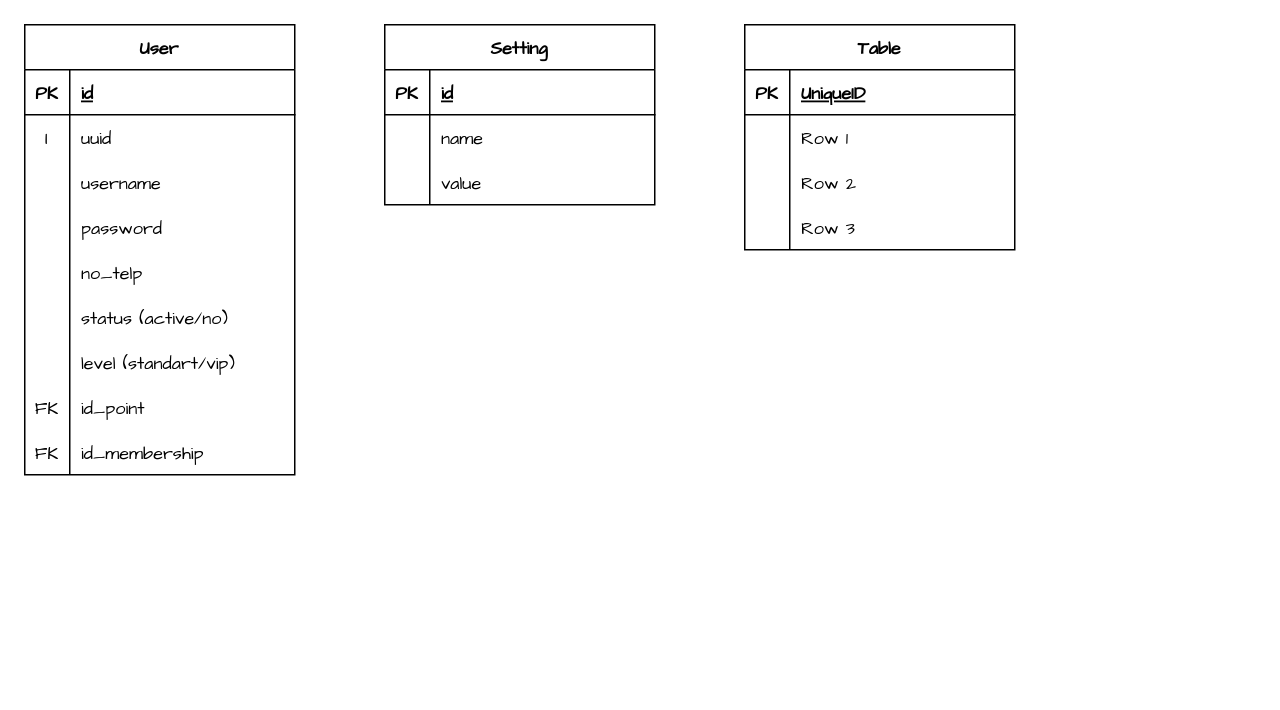
This is AniEvo - Nobar Web App.drawio from irzanaldi/e-aspiration, a draw.io file, before an edit. Source tidied: cells renumbered, new cells numbered last; positions are measured from the earlier drawing's top-left corner, leaving out a move shared by most shapes. Both pictures are drawn from the tidied source at 150%, with x=0, y=0 at pixel (24, 24).
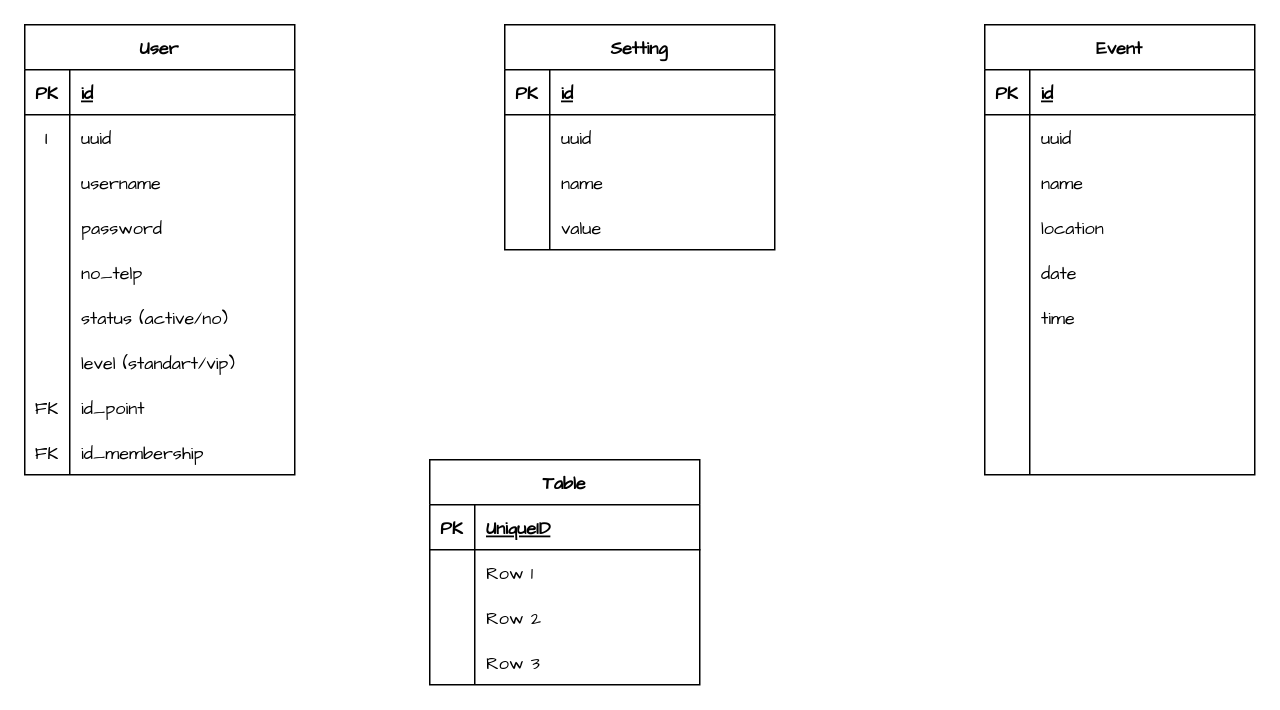
The same page after the edit.

Unchanged cells that the change refers to:
```xml
<mxCell id="34" style="shape=tableRow;horizontal=0;startSize=0;swimlaneHead=0;swimlaneBody=0;fillColor=none;top=0;left=0;right=0;bottom=0;fontFamily=Comic Sans MS;" parent="30" vertex="1">
  <mxGeometry y="60" width="180" height="30" as="geometry" />
</mxCell>
<mxCell id="41" style="shape=tableRow;horizontal=0;startSize=0;swimlaneHead=0;swimlaneBody=0;fillColor=none;top=0;left=0;right=0;bottom=1;fontFamily=Comic Sans MS;" parent="40" vertex="1">
  <mxGeometry y="30" width="180" height="30" as="geometry" />
</mxCell>
<mxCell id="44" style="shape=tableRow;horizontal=0;startSize=0;swimlaneHead=0;swimlaneBody=0;fillColor=none;top=0;left=0;right=0;bottom=0;fontFamily=Comic Sans MS;" parent="40" vertex="1">
  <mxGeometry y="60" width="180" height="30" as="geometry" />
</mxCell>
<mxCell id="47" style="shape=tableRow;horizontal=0;startSize=0;swimlaneHead=0;swimlaneBody=0;fillColor=none;top=0;left=0;right=0;bottom=0;fontFamily=Comic Sans MS;" parent="40" vertex="1">
  <mxGeometry y="90" width="180" height="30" as="geometry" />
</mxCell>
<mxCell id="50" style="shape=tableRow;horizontal=0;startSize=0;swimlaneHead=0;swimlaneBody=0;fillColor=none;top=0;left=0;right=0;bottom=0;fontFamily=Comic Sans MS;" parent="40" vertex="1">
  <mxGeometry y="120" width="180" height="30" as="geometry" />
</mxCell>
```

Diff of the diagram source:
```diff
@@
     <mxCell id="30" value="Setting" style="shape=table;startSize=30;childLayout=tableLayout;rowLines=0;fontStyle=1;align=center;fontFamily=Comic Sans MS;" parent="1" vertex="1">
-      <mxGeometry x="240" width="180" height="120" as="geometry" />
+      <mxGeometry x="320" width="180" height="150" as="geometry" />
     </mxCell>
@@
-    <mxCell id="36" value="name" style="shape=partialRectangle;fillColor=none;top=0;left=0;bottom=0;right=0;align=left;spacingLeft=6;overflow=hidden;fontFamily=Comic Sans MS;" parent="34" vertex="1">
+    <mxCell id="36" value="uuid" style="shape=partialRectangle;fillColor=none;top=0;left=0;bottom=0;right=0;align=left;spacingLeft=6;overflow=hidden;fontFamily=Comic Sans MS;" parent="34" vertex="1">
       <mxGeometry x="30" width="150" height="30" as="geometry" />
     </mxCell>
+    <mxCell id="53" style="shape=tableRow;horizontal=0;startSize=0;swimlaneHead=0;swimlaneBody=0;fillColor=none;top=0;left=0;right=0;bottom=0;fontFamily=Comic Sans MS;" parent="30" vertex="1">
+      <mxGeometry y="90" width="180" height="30" as="geometry" />
+    </mxCell>
+    <mxCell id="54" style="shape=partialRectangle;fillColor=none;top=0;left=0;bottom=0;right=0;overflow=hidden;fontFamily=Comic Sans MS;" parent="53" vertex="1">
+      <mxGeometry width="30" height="30" as="geometry" />
+    </mxCell>
+    <mxCell id="55" value="name" style="shape=partialRectangle;fillColor=none;top=0;left=0;bottom=0;right=0;align=left;spacingLeft=6;overflow=hidden;fontFamily=Comic Sans MS;" parent="53" vertex="1">
+      <mxGeometry x="30" width="150" height="30" as="geometry" />
+    </mxCell>
     <mxCell id="37" style="shape=tableRow;horizontal=0;startSize=0;swimlaneHead=0;swimlaneBody=0;fillColor=none;top=0;left=0;right=0;bottom=0;fontFamily=Comic Sans MS;" parent="30" vertex="1">
-      <mxGeometry y="90" width="180" height="30" as="geometry" />
+      <mxGeometry y="120" width="180" height="30" as="geometry" />
     </mxCell>
@@
-    <mxCell id="40" value="Table" style="shape=table;startSize=30;childLayout=tableLayout;rowLines=0;fontStyle=1;align=center;fontFamily=Comic Sans MS;" parent="1" vertex="1">
-      <mxGeometry x="480" width="180" height="150" as="geometry" />
+    <mxCell id="40" value="Event" style="shape=table;startSize=30;childLayout=tableLayout;rowLines=0;fontStyle=1;align=center;fontFamily=Comic Sans MS;" parent="1" vertex="1">
+      <mxGeometry x="640" width="180" height="300" as="geometry" />
     </mxCell>
@@
-    <mxCell id="43" value="UniqueID" style="shape=partialRectangle;fillColor=none;top=0;left=0;bottom=0;right=0;align=left;spacingLeft=6;fontStyle=5;overflow=hidden;fontFamily=Comic Sans MS;" parent="41" vertex="1">
+    <mxCell id="43" value="id" style="shape=partialRectangle;fillColor=none;top=0;left=0;bottom=0;right=0;align=left;spacingLeft=6;fontStyle=5;overflow=hidden;fontFamily=Comic Sans MS;" parent="41" vertex="1">
       <mxGeometry x="30" width="150" height="30" as="geometry" />
     </mxCell>
@@
-    <mxCell id="46" value="Row 1" style="shape=partialRectangle;fillColor=none;top=0;left=0;bottom=0;right=0;align=left;spacingLeft=6;overflow=hidden;fontFamily=Comic Sans MS;" parent="44" vertex="1">
+    <mxCell id="46" value="uuid" style="shape=partialRectangle;fillColor=none;top=0;left=0;bottom=0;right=0;align=left;spacingLeft=6;overflow=hidden;fontFamily=Comic Sans MS;" parent="44" vertex="1">
       <mxGeometry x="30" width="150" height="30" as="geometry" />
     </mxCell>
@@
-    <mxCell id="49" value="Row 2" style="shape=partialRectangle;fillColor=none;top=0;left=0;bottom=0;right=0;align=left;spacingLeft=6;overflow=hidden;fontFamily=Comic Sans MS;" parent="47" vertex="1">
+    <mxCell id="49" value="name" style="shape=partialRectangle;fillColor=none;top=0;left=0;bottom=0;right=0;align=left;spacingLeft=6;overflow=hidden;fontFamily=Comic Sans MS;" parent="47" vertex="1">
       <mxGeometry x="30" width="150" height="30" as="geometry" />
     </mxCell>
@@
-    <mxCell id="52" value="Row 3" style="shape=partialRectangle;fillColor=none;top=0;left=0;bottom=0;right=0;align=left;spacingLeft=6;overflow=hidden;fontFamily=Comic Sans MS;" parent="50" vertex="1">
+    <mxCell id="52" value="location" style="shape=partialRectangle;fillColor=none;top=0;left=0;bottom=0;right=0;align=left;spacingLeft=6;overflow=hidden;fontFamily=Comic Sans MS;" parent="50" vertex="1">
       <mxGeometry x="30" width="150" height="30" as="geometry" />
     </mxCell>
+    <mxCell id="56" style="shape=tableRow;horizontal=0;startSize=0;swimlaneHead=0;swimlaneBody=0;fillColor=none;top=0;left=0;right=0;bottom=0;fontFamily=Comic Sans MS;" parent="40" vertex="1">
+      <mxGeometry y="150" width="180" height="30" as="geometry" />
+    </mxCell>
+    <mxCell id="57" style="shape=partialRectangle;fillColor=none;top=0;left=0;bottom=0;right=0;overflow=hidden;fontFamily=Comic Sans MS;" parent="56" vertex="1">
+      <mxGeometry width="30" height="30" as="geometry" />
+    </mxCell>
+    <mxCell id="58" value="date" style="shape=partialRectangle;fillColor=none;top=0;left=0;bottom=0;right=0;align=left;spacingLeft=6;overflow=hidden;fontFamily=Comic Sans MS;" parent="56" vertex="1">
+      <mxGeometry x="30" width="150" height="30" as="geometry" />
+    </mxCell>
+    <mxCell id="59" style="shape=tableRow;horizontal=0;startSize=0;swimlaneHead=0;swimlaneBody=0;fillColor=none;top=0;left=0;right=0;bottom=0;fontFamily=Comic Sans MS;" parent="40" vertex="1">
+      <mxGeometry y="180" width="180" height="30" as="geometry" />
+    </mxCell>
+    <mxCell id="60" style="shape=partialRectangle;fillColor=none;top=0;left=0;bottom=0;right=0;overflow=hidden;fontFamily=Comic Sans MS;" parent="59" vertex="1">
+      <mxGeometry width="30" height="30" as="geometry" />
+    </mxCell>
+    <mxCell id="61" value="time" style="shape=partialRectangle;fillColor=none;top=0;left=0;bottom=0;right=0;align=left;spacingLeft=6;overflow=hidden;fontFamily=Comic Sans MS;" parent="59" vertex="1">
+      <mxGeometry x="30" width="150" height="30" as="geometry" />
+    </mxCell>
+    <mxCell id="62" style="shape=tableRow;horizontal=0;startSize=0;swimlaneHead=0;swimlaneBody=0;fillColor=none;top=0;left=0;right=0;bottom=0;fontFamily=Comic Sans MS;" parent="40" vertex="1">
+      <mxGeometry y="210" width="180" height="30" as="geometry" />
+    </mxCell>
+    <mxCell id="63" style="shape=partialRectangle;fillColor=none;top=0;left=0;bottom=0;right=0;overflow=hidden;fontFamily=Comic Sans MS;" parent="62" vertex="1">
+      <mxGeometry width="30" height="30" as="geometry" />
+    </mxCell>
+    <mxCell id="64" style="shape=partialRectangle;fillColor=none;top=0;left=0;bottom=0;right=0;align=left;spacingLeft=6;overflow=hidden;fontFamily=Comic Sans MS;" parent="62" vertex="1">
+      <mxGeometry x="30" width="150" height="30" as="geometry" />
+    </mxCell>
+    <mxCell id="65" style="shape=tableRow;horizontal=0;startSize=0;swimlaneHead=0;swimlaneBody=0;fillColor=none;top=0;left=0;right=0;bottom=0;fontFamily=Comic Sans MS;" parent="40" vertex="1">
+      <mxGeometry y="240" width="180" height="30" as="geometry" />
+    </mxCell>
+    <mxCell id="66" style="shape=partialRectangle;fillColor=none;top=0;left=0;bottom=0;right=0;overflow=hidden;fontFamily=Comic Sans MS;" parent="65" vertex="1">
+      <mxGeometry width="30" height="30" as="geometry" />
+    </mxCell>
+    <mxCell id="67" style="shape=partialRectangle;fillColor=none;top=0;left=0;bottom=0;right=0;align=left;spacingLeft=6;overflow=hidden;fontFamily=Comic Sans MS;" parent="65" vertex="1">
+      <mxGeometry x="30" width="150" height="30" as="geometry" />
+    </mxCell>
+    <mxCell id="68" style="shape=tableRow;horizontal=0;startSize=0;swimlaneHead=0;swimlaneBody=0;fillColor=none;top=0;left=0;right=0;bottom=0;fontFamily=Comic Sans MS;" parent="40" vertex="1">
+      <mxGeometry y="270" width="180" height="30" as="geometry" />
+    </mxCell>
+    <mxCell id="69" style="shape=partialRectangle;fillColor=none;top=0;left=0;bottom=0;right=0;overflow=hidden;fontFamily=Comic Sans MS;" parent="68" vertex="1">
+      <mxGeometry width="30" height="30" as="geometry" />
+    </mxCell>
+    <mxCell id="70" style="shape=partialRectangle;fillColor=none;top=0;left=0;bottom=0;right=0;align=left;spacingLeft=6;overflow=hidden;fontFamily=Comic Sans MS;" parent="68" vertex="1">
+      <mxGeometry x="30" width="150" height="30" as="geometry" />
+    </mxCell>
+    <mxCell id="71" value="Table" style="shape=table;startSize=30;childLayout=tableLayout;rowLines=0;fontStyle=1;align=center;fontFamily=Comic Sans MS;" parent="1" vertex="1">
+      <mxGeometry x="270" y="290" width="180" height="150" as="geometry" />
+    </mxCell>
+    <mxCell id="72" style="shape=tableRow;horizontal=0;startSize=0;swimlaneHead=0;swimlaneBody=0;fillColor=none;top=0;left=0;right=0;bottom=1;" parent="71" vertex="1">
+      <mxGeometry y="30" width="180" height="30" as="geometry" />
+    </mxCell>
+    <mxCell id="73" value="PK" style="shape=partialRectangle;fillColor=none;top=0;left=0;bottom=0;right=0;fontStyle=1;overflow=hidden;fontFamily=Comic Sans MS;" parent="72" vertex="1">
+      <mxGeometry width="30" height="30" as="geometry" />
+    </mxCell>
+    <mxCell id="74" value="UniqueID" style="shape=partialRectangle;fillColor=none;top=0;left=0;bottom=0;right=0;align=left;spacingLeft=6;fontStyle=5;overflow=hidden;fontFamily=Comic Sans MS;" parent="72" vertex="1">
+      <mxGeometry x="30" width="150" height="30" as="geometry" />
+    </mxCell>
+    <mxCell id="75" style="shape=tableRow;horizontal=0;startSize=0;swimlaneHead=0;swimlaneBody=0;fillColor=none;top=0;left=0;right=0;bottom=0;" parent="71" vertex="1">
+      <mxGeometry y="60" width="180" height="30" as="geometry" />
+    </mxCell>
+    <mxCell id="76" style="shape=partialRectangle;fillColor=none;top=0;left=0;bottom=0;right=0;overflow=hidden;fontFamily=Comic Sans MS;" parent="75" vertex="1">
+      <mxGeometry width="30" height="30" as="geometry" />
+    </mxCell>
+    <mxCell id="77" value="Row 1" style="shape=partialRectangle;fillColor=none;top=0;left=0;bottom=0;right=0;align=left;spacingLeft=6;overflow=hidden;fontFamily=Comic Sans MS;" parent="75" vertex="1">
+      <mxGeometry x="30" width="150" height="30" as="geometry" />
+    </mxCell>
+    <mxCell id="78" style="shape=tableRow;horizontal=0;startSize=0;swimlaneHead=0;swimlaneBody=0;fillColor=none;top=0;left=0;right=0;bottom=0;" parent="71" vertex="1">
+      <mxGeometry y="90" width="180" height="30" as="geometry" />
+    </mxCell>
+    <mxCell id="79" style="shape=partialRectangle;fillColor=none;top=0;left=0;bottom=0;right=0;overflow=hidden;fontFamily=Comic Sans MS;" parent="78" vertex="1">
+      <mxGeometry width="30" height="30" as="geometry" />
+    </mxCell>
+    <mxCell id="80" value="Row 2" style="shape=partialRectangle;fillColor=none;top=0;left=0;bottom=0;right=0;align=left;spacingLeft=6;overflow=hidden;fontFamily=Comic Sans MS;" parent="78" vertex="1">
+      <mxGeometry x="30" width="150" height="30" as="geometry" />
+    </mxCell>
+    <mxCell id="81" style="shape=tableRow;horizontal=0;startSize=0;swimlaneHead=0;swimlaneBody=0;fillColor=none;top=0;left=0;right=0;bottom=0;" parent="71" vertex="1">
+      <mxGeometry y="120" width="180" height="30" as="geometry" />
+    </mxCell>
+    <mxCell id="82" style="shape=partialRectangle;fillColor=none;top=0;left=0;bottom=0;right=0;overflow=hidden;fontFamily=Comic Sans MS;" parent="81" vertex="1">
+      <mxGeometry width="30" height="30" as="geometry" />
+    </mxCell>
+    <mxCell id="83" value="Row 3" style="shape=partialRectangle;fillColor=none;top=0;left=0;bottom=0;right=0;align=left;spacingLeft=6;overflow=hidden;fontFamily=Comic Sans MS;" parent="81" vertex="1">
+      <mxGeometry x="30" width="150" height="30" as="geometry" />
+    </mxCell>
```
